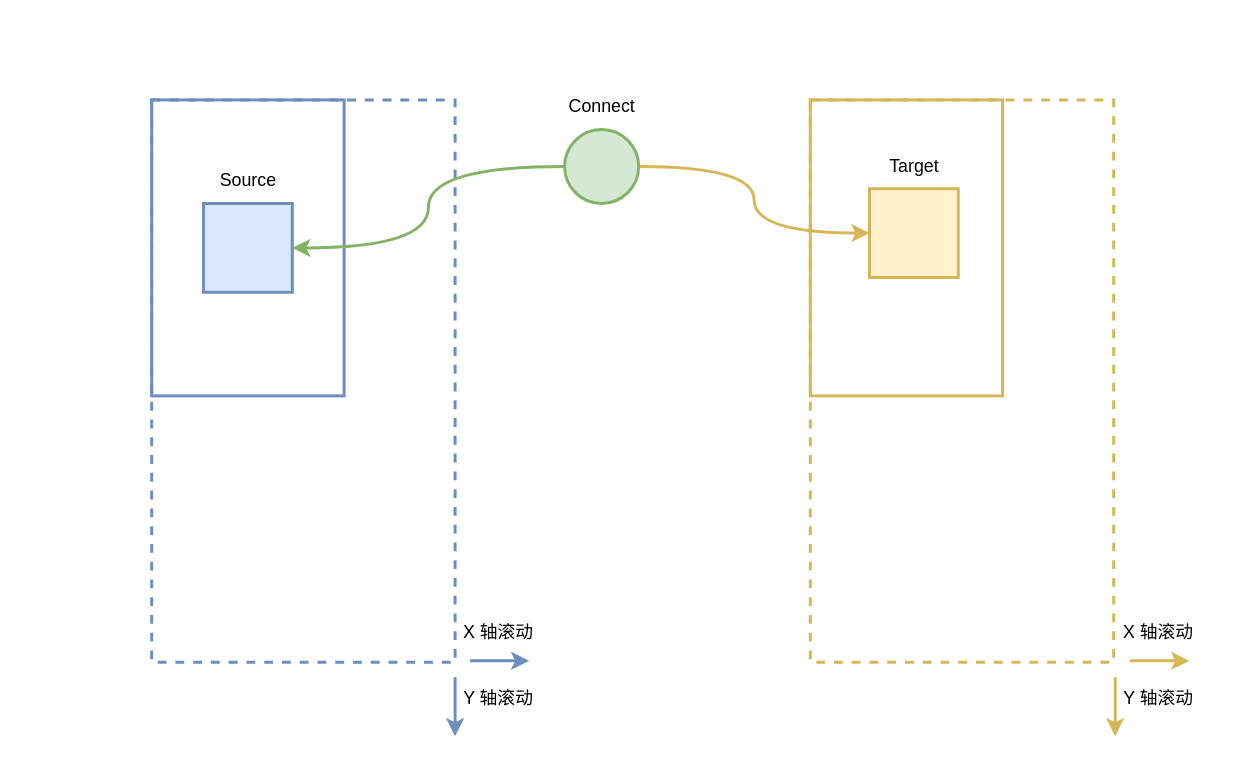
Above: 未命名绘图.drawio in ShawnTu/git-tutorial (draw.io), before the change. Source tidied: cells renumbered, new cells numbered last; positions are measured from the earlier drawing's top-left corner, leaving out a move shared by most shapes. Both pictures are drawn from the tidied source at 148%, with x=0, y=0 at pixel (151, 84).
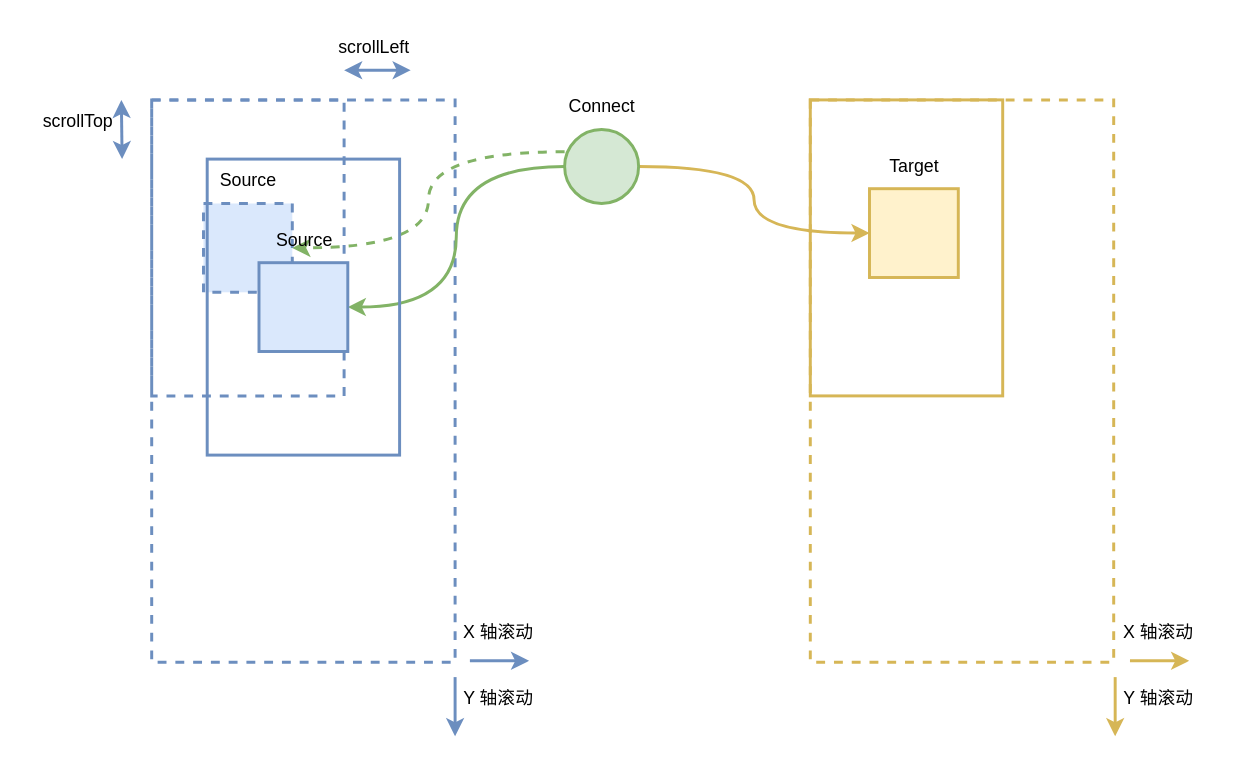
The same diagram, later.

Commit message:
更新未命名绘图.drawio

Unchanged cells that the change refers to:
```xml
<mxCell id="10" style="ellipse;whiteSpace=wrap;html=1;strokeWidth=2;fillColor=#d5e8d4;strokeColor=#82b366;" parent="1" vertex="1">
  <mxGeometry x="279" y="30" width="50" height="50" as="geometry" />
</mxCell>
```

Change to the diagram source:
```diff
@@
-    <mxCell id="5" style="rounded=0;whiteSpace=wrap;html=1;strokeWidth=2;fillColor=none;strokeColor=#6c8ebf;" parent="1" vertex="1">
+    <mxCell id="5" style="rounded=0;whiteSpace=wrap;html=1;strokeWidth=2;fillColor=none;strokeColor=#6c8ebf;dashed=1;" parent="1" vertex="1">
       <mxGeometry y="10" width="130" height="200" as="geometry" />
     </mxCell>
-    <mxCell id="6" style="rounded=0;whiteSpace=wrap;html=1;strokeWidth=2;fillColor=#dae8fc;strokeColor=#6c8ebf;" parent="1" vertex="1">
+    <mxCell id="6" style="rounded=0;whiteSpace=wrap;html=1;strokeWidth=2;fillColor=#dae8fc;strokeColor=#6c8ebf;dashed=1;" parent="1" vertex="1">
       <mxGeometry x="35" y="80" width="60" height="60" as="geometry" />
     </mxCell>
@@
-    <mxCell id="8" style="edgeStyle=orthogonalEdgeStyle;rounded=0;jettySize=auto;html=1;entryX=1;entryY=0.5;entryDx=0;entryDy=0;curved=1;strokeWidth=2;fillColor=#d5e8d4;strokeColor=#82b366;" parent="1" edge="1" source="10" target="6">
+    <mxCell id="8" style="edgeStyle=orthogonalEdgeStyle;rounded=0;jettySize=auto;html=1;entryX=1;entryY=0.5;entryDx=0;entryDy=0;curved=1;strokeWidth=2;fillColor=#d5e8d4;strokeColor=#82b366;dashed=1;exitX=0;exitY=0.3;exitDx=0;exitDy=0;exitPerimeter=0;" parent="1" edge="1" source="10" target="6">
       <mxGeometry relative="1" as="geometry" />
     </mxCell>
@@
+    <mxCell id="22" style="edgeStyle=orthogonalEdgeStyle;curved=1;rounded=0;jettySize=auto;html=1;entryX=1;entryY=0.5;entryDx=0;entryDy=0;strokeWidth=2;fillColor=#d5e8d4;strokeColor=#82b366;" parent="1" edge="1" source="10" target="28">
+      <mxGeometry relative="1" as="geometry" />
+    </mxCell>
@@
+    <mxCell id="23" style="endArrow=classic;startArrow=classic;html=1;rounded=0;strokeWidth=2;curved=1;fillColor=#dae8fc;strokeColor=#6c8ebf;" parent="1" edge="1">
+      <mxGeometry relative="1" as="geometry">
+        <mxPoint x="130" y="-10" as="sourcePoint" />
+        <mxPoint x="175" y="-10" as="targetPoint" />
+      </mxGeometry>
+    </mxCell>
+    <mxCell id="24" value="scrollLeft" style="text;html=1;align=center;verticalAlign=middle;strokeColor=none;fillColor=none;" parent="1" vertex="1">
+      <mxGeometry x="115" y="-40" width="70" height="30" as="geometry" />
+    </mxCell>
+    <mxCell id="25" style="endArrow=classic;startArrow=classic;html=1;rounded=0;strokeWidth=2;curved=1;fillColor=#dae8fc;strokeColor=#6c8ebf;" parent="1" edge="1">
+      <mxGeometry relative="1" as="geometry">
+        <mxPoint x="-20.5" y="10" as="sourcePoint" />
+        <mxPoint x="-20" y="50" as="targetPoint" />
+      </mxGeometry>
+    </mxCell>
+    <mxCell id="26" value="scrollTop" style="text;html=1;align=center;verticalAlign=middle;strokeColor=none;fillColor=none;" parent="1" vertex="1">
+      <mxGeometry x="-85" y="10" width="70" height="30" as="geometry" />
+    </mxCell>
+    <mxCell id="27" style="rounded=0;whiteSpace=wrap;html=1;strokeWidth=2;fillColor=none;strokeColor=#6c8ebf;" parent="1" vertex="1">
+      <mxGeometry x="37.5" y="50" width="130" height="200" as="geometry" />
+    </mxCell>
+    <mxCell id="28" style="rounded=0;whiteSpace=wrap;html=1;strokeWidth=2;fillColor=#dae8fc;strokeColor=#6c8ebf;" parent="1" vertex="1">
+      <mxGeometry x="72.5" y="120" width="60" height="60" as="geometry" />
+    </mxCell>
+    <mxCell id="29" value="Source" style="text;html=1;align=center;verticalAlign=middle;strokeColor=none;fillColor=none;" parent="1" vertex="1">
+      <mxGeometry x="72.5" y="90" width="60" height="30" as="geometry" />
+    </mxCell>
```
